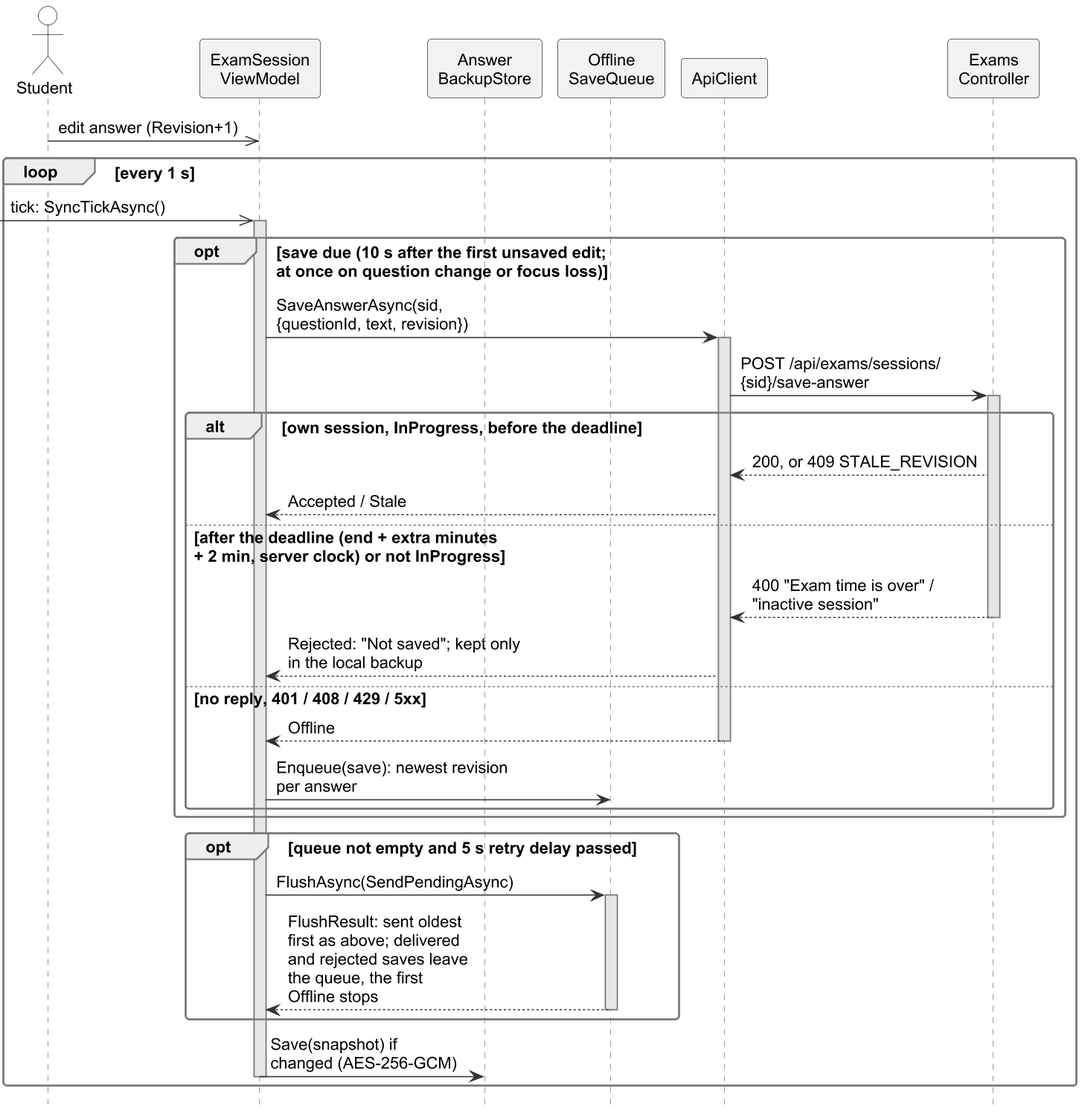
Haiderali27-hub/AI-Lab-Monitoring- keeps this PlantUML diagram as important docs/fyp_doc_3chatp/Figures/seq_recovery.png. Above is the earlier version. Its source is kept beside it as important docs/fyp_doc_3chatp/Figures/src/seq_recovery.puml.
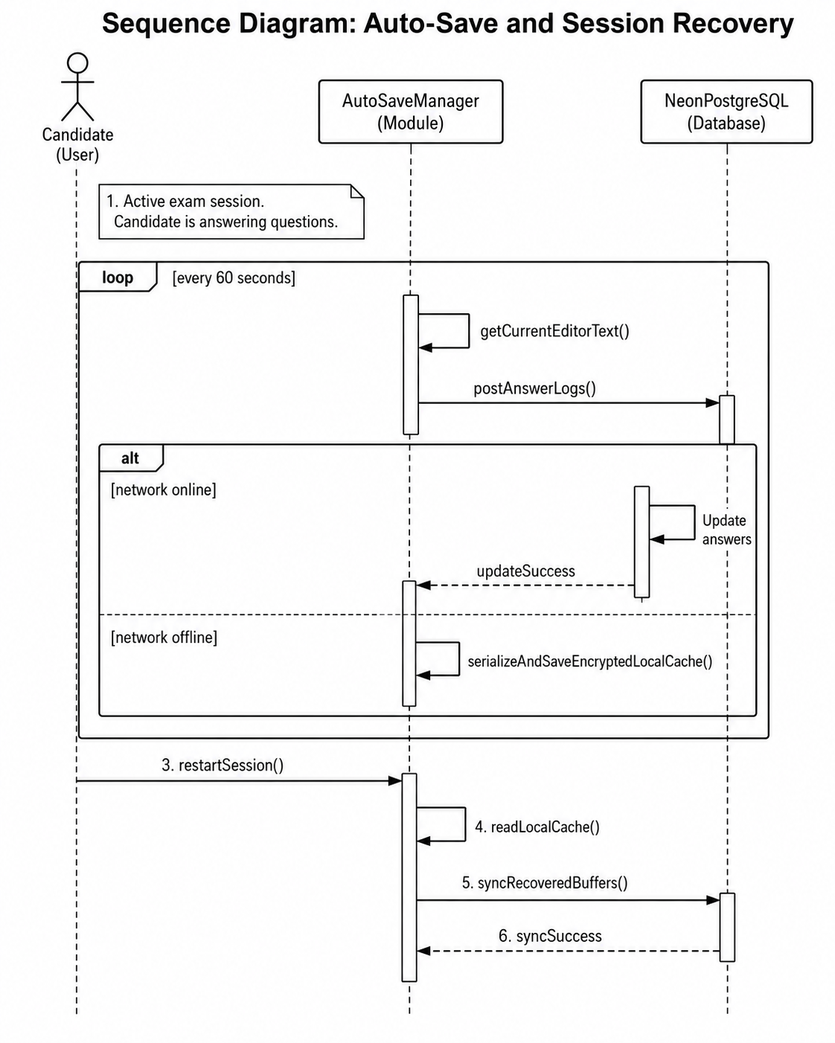
After the commit.

Change to the diagram source:
```diff
@@ -6,7 +6,6 @@
 hide unlinked
 skinparam ParticipantPadding 2
 skinparam BoxPadding 0
-skinparam maxMessageSize 200
 skinparam sequence {
   MessageAlign left
   LifeLineBackgroundColor #E6E6E6
@@ -19,36 +18,35 @@
 participant "ApiClient" as API
 participant "Exams\nController" as EC
 
-Student ->> VM : edit answer (Revision+1)
+Student ->> VM : edit answer\n(revision + 1)
 loop every 1 s
-  [->> VM : tick: SyncTickAsync()
+  [->> VM : timer tick
   activate VM
-  opt save due (10 s after the first unsaved edit;\nat once on question change or focus loss)
-    VM -> API : SaveAnswerAsync(sid, {questionId, text, revision})
+  opt save due (10 s after the first unsaved edit,\nor at once on question change\nor window focus loss)
+    VM -> API : save answer
     activate API
-    API -> EC : POST /api/exams/sessions/\n{sid}/save-answer
+    API -> EC : POST save-answer
     activate EC
-    alt own session, InProgress, before the deadline
-      EC --> API : 200, or 409 STALE_REVISION
+    alt session in progress, before the deadline
+      EC --> API : saved, or stale
       API --> VM : Accepted / Stale
-    else after the deadline (end + extra minutes\n+ 2 min, server clock) or not InProgress
-      EC --> API : 400 "Exam time is over" / "inactive session"
+    else deadline passed or not in progress
+      EC --> API : refused
       deactivate EC
-      API --> VM : Rejected: "Not saved"; kept only in the local backup
-    else no reply, 401 / 408 / 429 / 5xx
+      API --> VM : "Not saved";\nkept in local backup
+    else no reply or temporary error
       API --> VM : Offline
       deactivate API
-      VM -> Q : Enqueue(save): newest revision per answer
+      VM -> Q : queue newest revision
     end
   end
-  opt queue not empty and 5 s retry delay passed
-    VM -> Q : FlushAsync(SendPendingAsync)
+  opt queue not empty, 5 s since last try
+    VM -> Q : flush
     activate Q
-    Q --> VM : FlushResult: sent oldest\nfirst as above; delivered\nand rejected saves leave\nthe queue, the first\nOffline stops
+    Q --> VM : sent oldest first;\nstops at first Offline
     deactivate Q
   end
-  VM -> BS : Save(snapshot) if\nchanged (AES-256-GCM)
+  VM -> BS : write encrypted\nbackup if changed
   deactivate VM
 end
-
 @enduml
```
